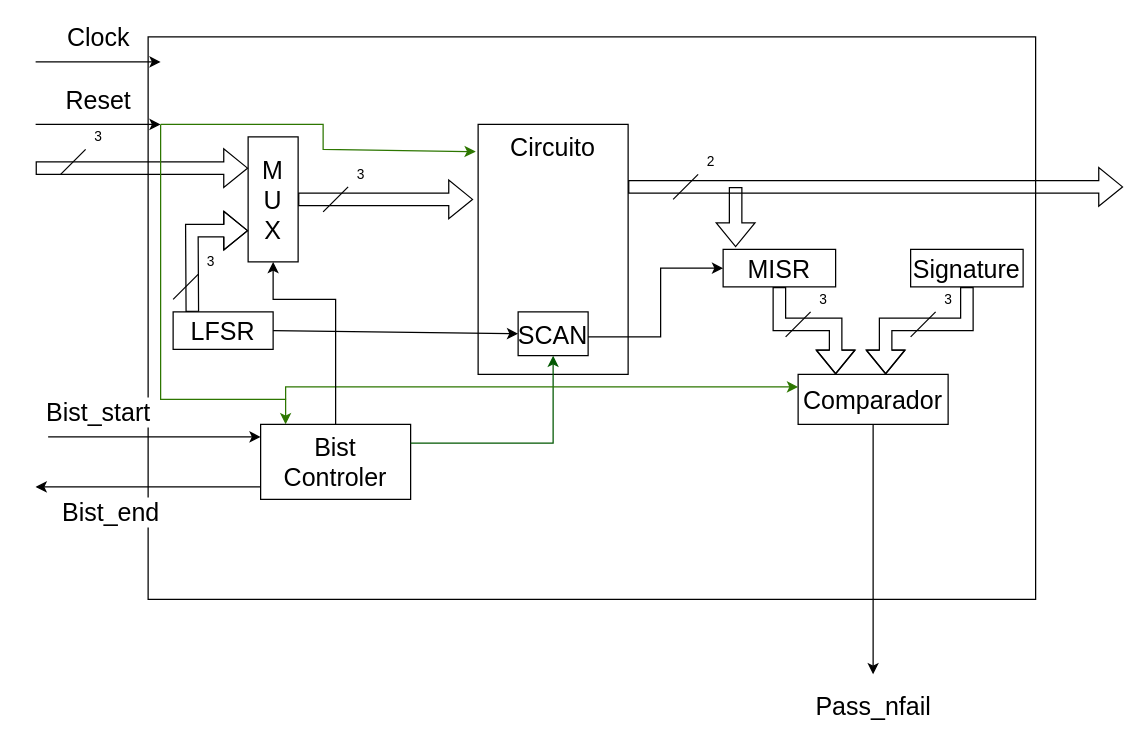
Earlier version of the draw.io diagram Projeto2/Diagrama.drawio (victor-macedo/PTFSE). Source tidied: cells renumbered, new cells numbered last; positions are measured from the earlier drawing's top-left corner, leaving out a move shared by most shapes. Both pictures are drawn from the tidied source at 125%, with x=0, y=0 at pixel (35, 36).
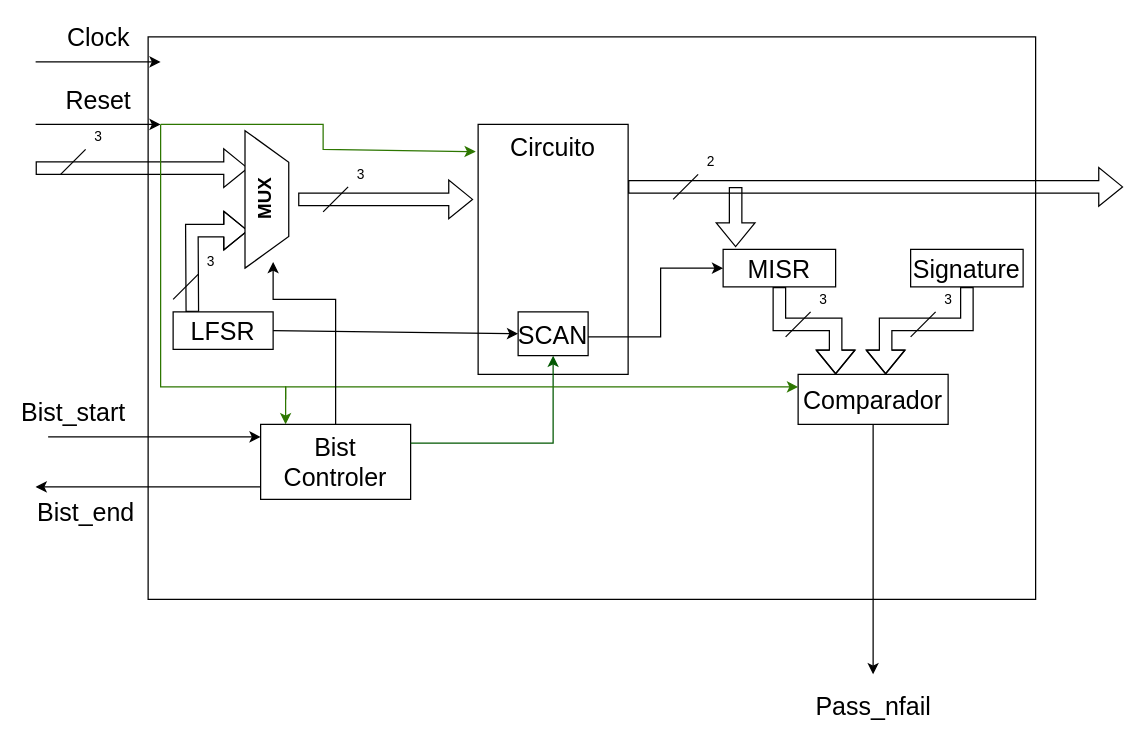
The same page after the edit.

Unchanged cells that the change refers to:
```xml
<mxCell id="10" value="&lt;font style=&quot;font-size: 20px;&quot;&gt;LFSR&lt;/font&gt;" style="rounded=0;whiteSpace=wrap;html=1;" parent="1" vertex="1">
  <mxGeometry x="110" y="220" width="80" height="30" as="geometry" />
</mxCell>
```

The edit, as a diff of the source:
```diff
@@
-    <mxCell id="5" value="&lt;span style=&quot;font-size: 20px;&quot;&gt;Bist_start&lt;/span&gt;" style="endArrow=classic;html=1;rounded=0;" parent="1" edge="1">
-      <mxGeometry x="-0.53" y="20" relative="1" as="geometry">
+    <mxCell id="5" value="&lt;span style=&quot;font-size: 20px;&quot;&gt;Bist_start&lt;/span&gt;" style="endArrow=classic;html=1;rounded=0;labelBackgroundColor=none;" parent="1" edge="1">
+      <mxGeometry x="-0.76" y="20" relative="1" as="geometry">
         <mxPoint x="10" y="320" as="sourcePoint" />
         <mxPoint x="180" y="320" as="targetPoint" />
       </mxGeometry>
     </mxCell>
-    <mxCell id="6" value="&lt;font style=&quot;font-size: 20px;&quot;&gt;Bist_end&lt;/font&gt;" style="endArrow=classic;html=1;rounded=0;" parent="1" edge="1">
-      <mxGeometry x="0.33" y="20" relative="1" as="geometry">
+    <mxCell id="6" value="&lt;font style=&quot;font-size: 20px;&quot;&gt;Bist_end&lt;/font&gt;" style="endArrow=classic;html=1;rounded=0;labelBackgroundColor=none;align=center;" parent="1" edge="1">
+      <mxGeometry x="0.56" y="20" relative="1" as="geometry">
         <mxPoint x="180" y="360" as="sourcePoint" />
         <mxPoint y="360" as="targetPoint" />
       </mxGeometry>
     </mxCell>
@@
-    <mxCell id="8" value="&lt;font style=&quot;font-size: 20px;&quot;&gt;M&lt;br&gt;U&lt;br&gt;X&lt;/font&gt;" style="rounded=0;whiteSpace=wrap;html=1;" parent="1" vertex="1">
-      <mxGeometry x="170" y="80" width="40" height="100" as="geometry" />
-    </mxCell>
@@
-    <mxCell id="11" style="shape=flexArrow;endArrow=classic;html=1;rounded=0;entryX=0;entryY=0.75;entryDx=0;entryDy=0;exitX=0.192;exitY=0;exitDx=0;exitDy=0;exitPerimeter=0;" parent="1" edge="1" source="10" target="8">
+    <mxCell id="11" style="shape=flexArrow;endArrow=classic;html=1;rounded=0;entryX=0;entryY=0.75;entryDx=0;entryDy=0;exitX=0.192;exitY=0;exitDx=0;exitDy=0;exitPerimeter=0;" parent="1" edge="1" source="10">
       <mxGeometry relative="1" as="geometry">
+        <mxPoint x="170" y="155" as="targetPoint" />
         <Array as="points">
           <mxPoint x="125" y="155" />
         </Array>
       </mxGeometry>
     </mxCell>
-    <mxCell id="12" style="shape=flexArrow;endArrow=classic;html=1;rounded=0;entryX=0;entryY=0.25;entryDx=0;entryDy=0;" parent="1" edge="1" target="8">
+    <mxCell id="12" style="shape=flexArrow;endArrow=classic;html=1;rounded=0;entryX=0;entryY=0.25;entryDx=0;entryDy=0;" parent="1" edge="1">
       <mxGeometry relative="1" as="geometry">
         <mxPoint y="105" as="sourcePoint" />
+        <mxPoint x="170" y="105" as="targetPoint" />
       </mxGeometry>
     </mxCell>
@@
-    <mxCell id="14" style="shape=flexArrow;endArrow=classic;html=1;rounded=0;exitX=1;exitY=0.5;exitDx=0;exitDy=0;" parent="1" edge="1" source="8">
+    <mxCell id="14" style="shape=flexArrow;endArrow=classic;html=1;rounded=0;exitX=1;exitY=0.5;exitDx=0;exitDy=0;" parent="1" edge="1">
       <mxGeometry relative="1" as="geometry">
+        <mxPoint x="210" y="130" as="sourcePoint" />
         <mxPoint x="350" y="130" as="targetPoint" />
       </mxGeometry>
     </mxCell>
@@
     <mxCell id="27" style="endArrow=classic;html=1;rounded=0;entryX=0.25;entryY=0;entryDx=0;entryDy=0;fillColor=#60a917;strokeColor=#2D7600;" parent="1" edge="1">
       <mxGeometry relative="1" as="geometry">
         <mxPoint x="100" y="70" as="sourcePoint" />
         <mxPoint x="200" y="310" as="targetPoint" />
         <Array as="points">
-          <mxPoint x="100" y="290" />
-          <mxPoint x="200" y="290" />
+          <mxPoint x="100" y="280" />
+          <mxPoint x="140" y="280" />
+          <mxPoint x="200" y="280" />
         </Array>
       </mxGeometry>
     </mxCell>
@@
-    <mxCell id="35" style="endArrow=classic;html=1;rounded=0;entryX=0.5;entryY=1;entryDx=0;entryDy=0;" parent="1" edge="1" target="8">
+    <mxCell id="35" style="endArrow=classic;html=1;rounded=0;entryX=0.5;entryY=1;entryDx=0;entryDy=0;" parent="1" edge="1">
       <mxGeometry relative="1" as="geometry">
         <mxPoint x="240" y="310" as="sourcePoint" />
+        <mxPoint x="190" y="180" as="targetPoint" />
         <Array as="points">
           <mxPoint x="240" y="210" />
           <mxPoint x="190" y="210" />
         </Array>
       </mxGeometry>
     </mxCell>
+    <mxCell id="36" value="&lt;b&gt;&lt;font style=&quot;font-size: 15px;&quot;&gt;MUX&lt;/font&gt;&lt;/b&gt;" style="verticalLabelPosition=middle;verticalAlign=top;shape=trapezoid;perimeter=trapezoidPerimeter;size=0.23;arcSize=10;flipV=1;labelPosition=center;align=center;rotation=-90;spacingBottom=0;html=1;whiteSpace=wrap;direction=east;horizontal=1;" parent="1" vertex="1">
+      <mxGeometry x="130" y="112.5" width="110" height="35" as="geometry" />
+    </mxCell>
```
